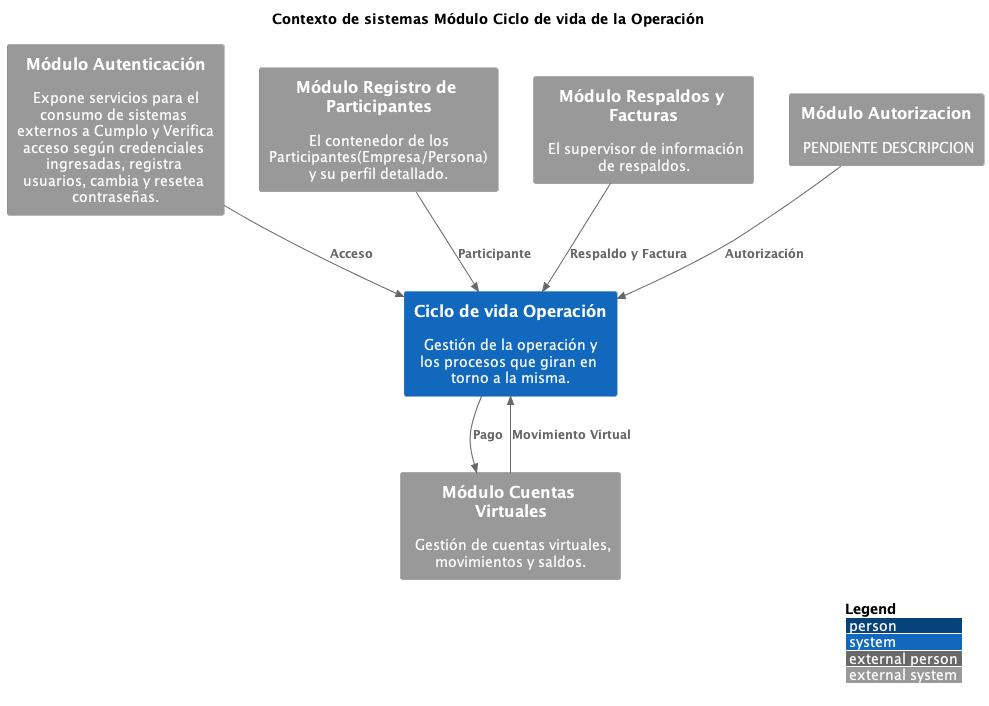
The PlantUML diagram CicloVidaOperacion/ContextoOperacion.png in kpeet/koyweC4, before a commit.
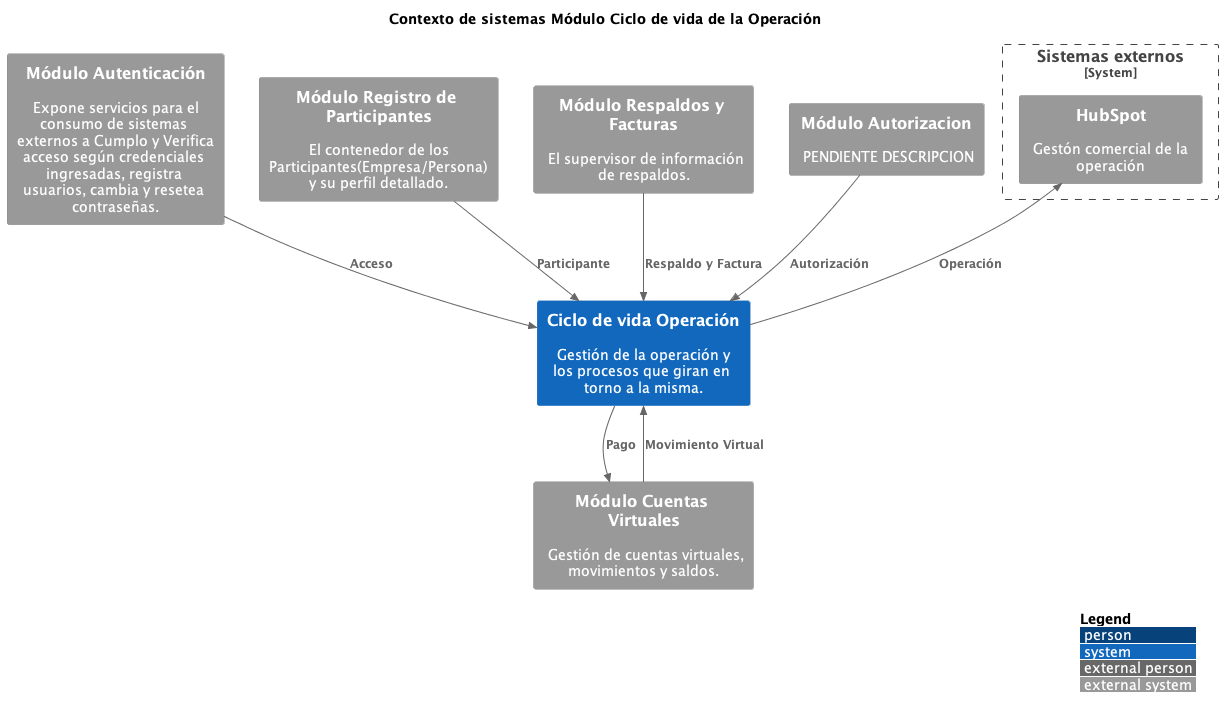
Above is the later version.

Diff of the diagram source:
```diff
@@ -3,6 +3,8 @@
 !include ../textos/modulos.puml
 !include ../textos/modelos.puml
 !include ../textos/sistemas_externos_cumplo.puml
+!include ../textos/sistemas_externos_cumplo.puml
+!include ../textos/perimetros.puml
 
 LAYOUT_WITH_LEGEND()
 
@@ -15,7 +17,9 @@
 System_Ext(modulo_cuentas_virtuales, $TITULO_CUENTAS_VIRTUALES ,$DESCRIPCION_CUENTAS_VIRTUALES )
 System_Ext(modulo_respaldo_facturas, $TITULO_RESPALDOS, $DESCRIPCION_RESPALDOS )
 System_Ext(modulo_autorizacion,$TITULO_AUTORIZACION , $DESCRIPCION_AUTORIZACION)
-
+System_Boundary(sistemas_externos, $PERIMETRO_SISTEMAS_EXTERNOS){
+    System_Ext(hubspot, $S_EXT_TITULO_HUBSPOT,$S_EXT_DESCRIPCION_HUBSPOT )
+}
 
 
 Rel(modulo_registro_actores, modulo_operaciones, $MODELO_ACTOR)
@@ -27,5 +31,6 @@
 Rel(modulo_autorizacion, modulo_operaciones,$MODELO_AUTORIZACION )
 
 
+Rel_U( modulo_operaciones,hubspot, $MODELO_OPERACION)
 
 @enduml
```
